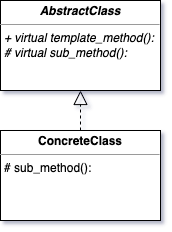
Above: img/template_method.png in cmbrandt/cxx-fundamentals (draw.io), before the change. Source tidied: cells renumbered, new cells last; positions are measured from the earlier drawing's top-left corner, leaving out a move shared by most shapes. Source of this version:
```xml
<mxGraphModel shadow="1">
  <root>
    <mxCell id="0" />
    <mxCell id="1" parent="0" />
    <mxCell id="2" value="&lt;p style=&quot;margin:0px;margin-top:4px;text-align:center;&quot;&gt;&lt;b&gt;&lt;i&gt;AbstractClass&lt;/i&gt;&lt;/b&gt;&lt;/p&gt;&lt;hr size=&quot;1&quot;&gt;&lt;p style=&quot;margin:0px;margin-left:4px;&quot;&gt;&lt;/p&gt;&lt;p style=&quot;margin:0px;margin-left:4px;&quot;&gt;&lt;i&gt;+ virtual template_method():&lt;/i&gt;&lt;/p&gt;&lt;p style=&quot;margin:0px;margin-left:4px;&quot;&gt;&lt;i&gt;# virtual sub_method():&lt;/i&gt;&lt;/p&gt;" style="verticalAlign=top;align=left;overflow=fill;fontSize=12;fontFamily=Helvetica;html=1;whiteSpace=wrap;" parent="1" vertex="1">
      <mxGeometry width="160" height="90" as="geometry" />
    </mxCell>
    <mxCell id="3" value="&lt;p style=&quot;margin:0px;margin-top:4px;text-align:center;&quot;&gt;&lt;b&gt;ConcreteClass&lt;/b&gt;&lt;/p&gt;&lt;hr size=&quot;1&quot;&gt;&lt;p style=&quot;margin:0px;margin-left:4px;&quot;&gt;&lt;/p&gt;&lt;p style=&quot;margin:0px;margin-left:4px;&quot;&gt;&lt;span style=&quot;background-color: initial;&quot;&gt;# sub_method():&lt;/span&gt;&lt;br&gt;&lt;/p&gt;" style="verticalAlign=top;align=left;overflow=fill;fontSize=12;fontFamily=Helvetica;html=1;whiteSpace=wrap;" parent="1" vertex="1">
      <mxGeometry y="130" width="160" height="90" as="geometry" />
    </mxCell>
    <mxCell id="4" style="endArrow=block;dashed=1;endFill=0;endSize=12;html=1;rounded=0;entryX=0.5;entryY=1;entryDx=0;entryDy=0;exitX=0.5;exitY=0;exitDx=0;exitDy=0;" parent="1" edge="1" source="3" target="2">
      <mxGeometry relative="1" as="geometry" />
    </mxCell>
  </root>
</mxGraphModel>
```
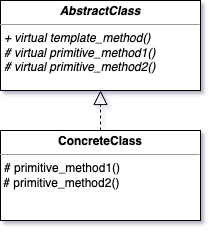
Later version of the same file.

Change to the diagram source:
```diff
@@ -2,11 +2,11 @@
   <root>
     <mxCell id="0" />
     <mxCell id="1" parent="0" />
-    <mxCell id="2" value="&lt;p style=&quot;margin:0px;margin-top:4px;text-align:center;&quot;&gt;&lt;b&gt;&lt;i&gt;AbstractClass&lt;/i&gt;&lt;/b&gt;&lt;/p&gt;&lt;hr size=&quot;1&quot;&gt;&lt;p style=&quot;margin:0px;margin-left:4px;&quot;&gt;&lt;/p&gt;&lt;p style=&quot;margin:0px;margin-left:4px;&quot;&gt;&lt;i&gt;+ virtual template_method():&lt;/i&gt;&lt;/p&gt;&lt;p style=&quot;margin:0px;margin-left:4px;&quot;&gt;&lt;i&gt;# virtual sub_method():&lt;/i&gt;&lt;/p&gt;" style="verticalAlign=top;align=left;overflow=fill;fontSize=12;fontFamily=Helvetica;html=1;whiteSpace=wrap;" parent="1" vertex="1">
-      <mxGeometry width="160" height="90" as="geometry" />
+    <mxCell id="2" value="&lt;p style=&quot;margin:0px;margin-top:4px;text-align:center;&quot;&gt;&lt;b&gt;&lt;i&gt;AbstractClass&lt;/i&gt;&lt;/b&gt;&lt;/p&gt;&lt;hr size=&quot;1&quot;&gt;&lt;p style=&quot;margin:0px;margin-left:4px;&quot;&gt;&lt;/p&gt;&lt;p style=&quot;margin:0px;margin-left:4px;&quot;&gt;&lt;i&gt;+ virtual template_method()&lt;/i&gt;&lt;/p&gt;&lt;p style=&quot;margin:0px;margin-left:4px;&quot;&gt;&lt;i&gt;# virtual primitive_method1()&lt;/i&gt;&lt;/p&gt;&lt;p style=&quot;border-color: var(--border-color); margin: 0px 0px 0px 4px;&quot;&gt;&lt;i style=&quot;border-color: var(--border-color);&quot;&gt;# virtual primitive_method2()&lt;/i&gt;&lt;/p&gt;&lt;div&gt;&lt;i style=&quot;border-color: var(--border-color);&quot;&gt;&lt;br&gt;&lt;/i&gt;&lt;/div&gt;" style="verticalAlign=top;align=left;overflow=fill;fontSize=12;fontFamily=Helvetica;html=1;whiteSpace=wrap;" parent="1" vertex="1">
+      <mxGeometry width="200" height="90" as="geometry" />
     </mxCell>
-    <mxCell id="3" value="&lt;p style=&quot;margin:0px;margin-top:4px;text-align:center;&quot;&gt;&lt;b&gt;ConcreteClass&lt;/b&gt;&lt;/p&gt;&lt;hr size=&quot;1&quot;&gt;&lt;p style=&quot;margin:0px;margin-left:4px;&quot;&gt;&lt;/p&gt;&lt;p style=&quot;margin:0px;margin-left:4px;&quot;&gt;&lt;span style=&quot;background-color: initial;&quot;&gt;# sub_method():&lt;/span&gt;&lt;br&gt;&lt;/p&gt;" style="verticalAlign=top;align=left;overflow=fill;fontSize=12;fontFamily=Helvetica;html=1;whiteSpace=wrap;" parent="1" vertex="1">
-      <mxGeometry y="130" width="160" height="90" as="geometry" />
+    <mxCell id="3" value="&lt;p style=&quot;margin:0px;margin-top:4px;text-align:center;&quot;&gt;&lt;b&gt;ConcreteClass&lt;/b&gt;&lt;/p&gt;&lt;hr size=&quot;1&quot;&gt;&lt;p style=&quot;margin:0px;margin-left:4px;&quot;&gt;&lt;/p&gt;&lt;p style=&quot;border-color: var(--border-color); margin: 0px 0px 0px 4px;&quot;&gt;&lt;span style=&quot;border-color: var(--border-color);&quot;&gt;# primitive_method1()&lt;/span&gt;&lt;/p&gt;&lt;div&gt;&lt;span style=&quot;border-color: var(--border-color);&quot;&gt;&amp;nbsp;# primitive_method2()&lt;/span&gt;&lt;/div&gt;" style="verticalAlign=top;align=left;overflow=fill;fontSize=12;fontFamily=Helvetica;html=1;whiteSpace=wrap;" parent="1" vertex="1">
+      <mxGeometry y="130" width="200" height="90" as="geometry" />
     </mxCell>
     <mxCell id="4" style="endArrow=block;dashed=1;endFill=0;endSize=12;html=1;rounded=0;entryX=0.5;entryY=1;entryDx=0;entryDy=0;exitX=0.5;exitY=0;exitDx=0;exitDy=0;" parent="1" edge="1" source="3" target="2">
       <mxGeometry relative="1" as="geometry" />
```
